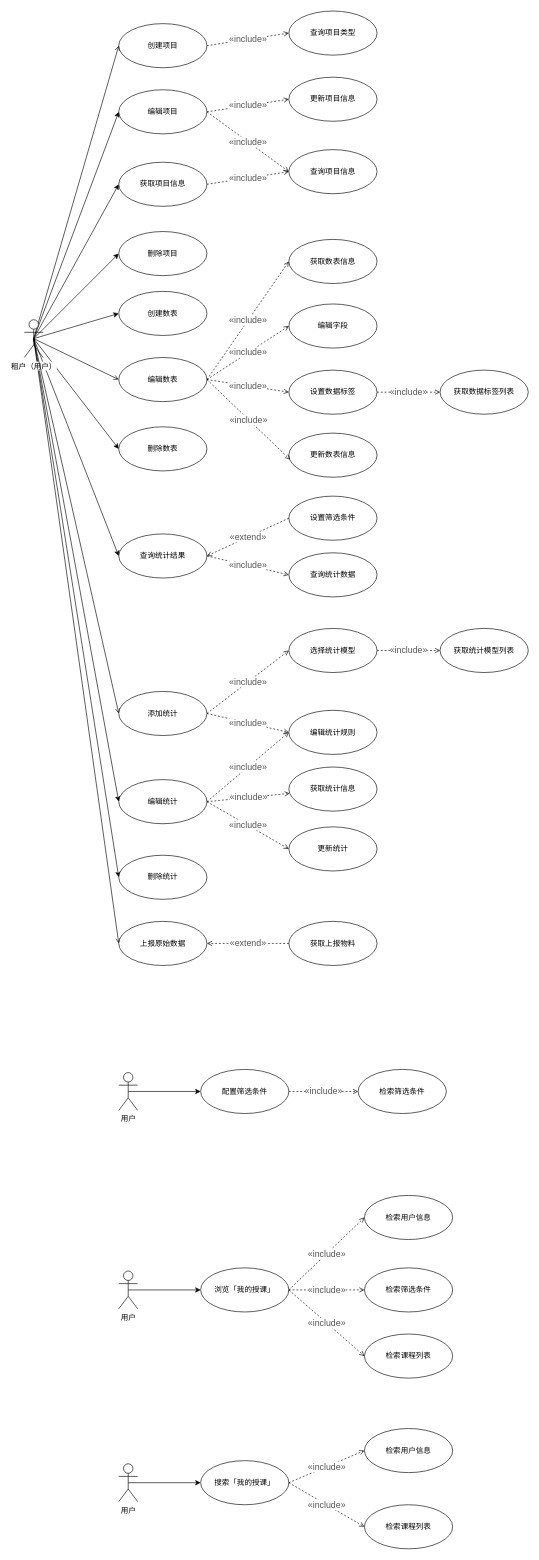
This is page "顶层用例图" (3 of 12) of design/数据平台.drawio from honglei24/k8s_prometheus, a draw.io file, before an edit. Source tidied: cells renumbered, new cells numbered last; positions are measured from the earlier drawing's top-left corner, leaving out a move shared by most shapes. Both pictures are drawn from the tidied source at 63%, with x=0, y=0 at pixel (24, 11).
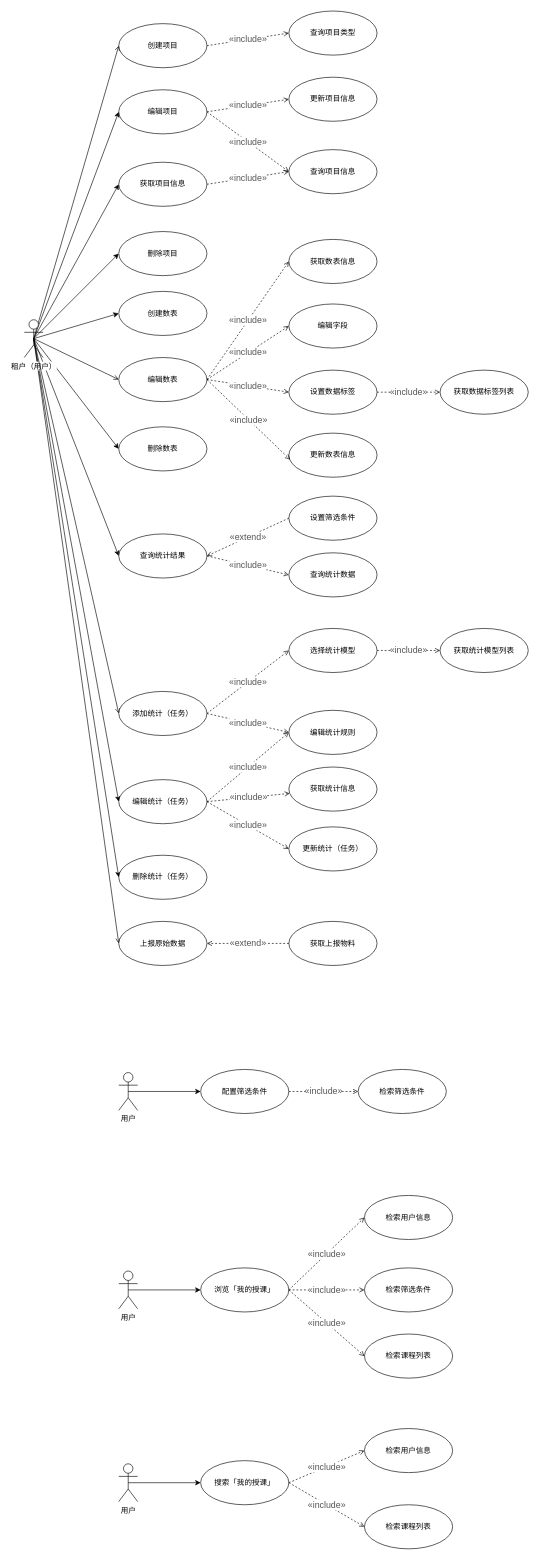
Above is the later version.

What changed in the source:
```diff
@@
-    <mxCell id="28" value="添加统计" style="ellipse;whiteSpace=wrap;html=1;" parent="1" vertex="1">
+    <mxCell id="28" value="添加统计（任务）" style="ellipse;whiteSpace=wrap;html=1;" parent="1" vertex="1">
       <mxGeometry x="150" y="1080" width="140" height="70" as="geometry" />
     </mxCell>
-    <mxCell id="29" value="删除统计" style="ellipse;whiteSpace=wrap;html=1;" parent="1" vertex="1">
+    <mxCell id="29" value="删除统计（任务）" style="ellipse;whiteSpace=wrap;html=1;" parent="1" vertex="1">
       <mxGeometry x="150" y="1340" width="140" height="70" as="geometry" />
     </mxCell>
@@
-    <mxCell id="43" value="编辑统计" style="ellipse;whiteSpace=wrap;html=1;" parent="1" vertex="1">
+    <mxCell id="43" value="编辑统计（任务）" style="ellipse;whiteSpace=wrap;html=1;" parent="1" vertex="1">
       <mxGeometry x="150" y="1220" width="140" height="70" as="geometry" />
     </mxCell>
@@
-    <mxCell id="51" value="更新统计" style="ellipse;whiteSpace=wrap;html=1;" parent="1" vertex="1">
+    <mxCell id="51" value="更新统计（任务）" style="ellipse;whiteSpace=wrap;html=1;" parent="1" vertex="1">
       <mxGeometry x="420" y="1295" width="140" height="70" as="geometry" />
     </mxCell>
```
